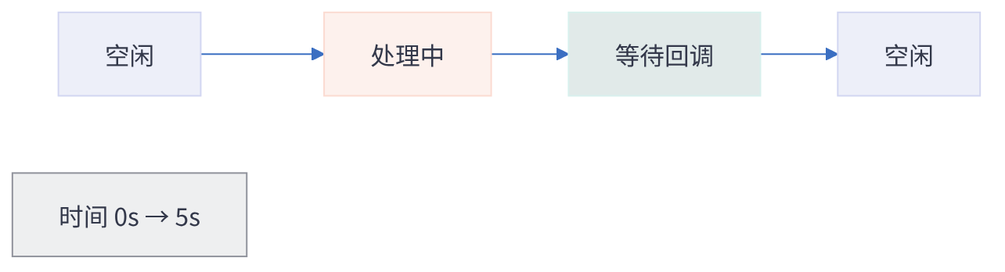
Before: docs/assets/timing.png, a diagram exported from Mermaid (huang-hee/diagram-kit). Its source is kept beside it as docs/assets/timing.mmd.
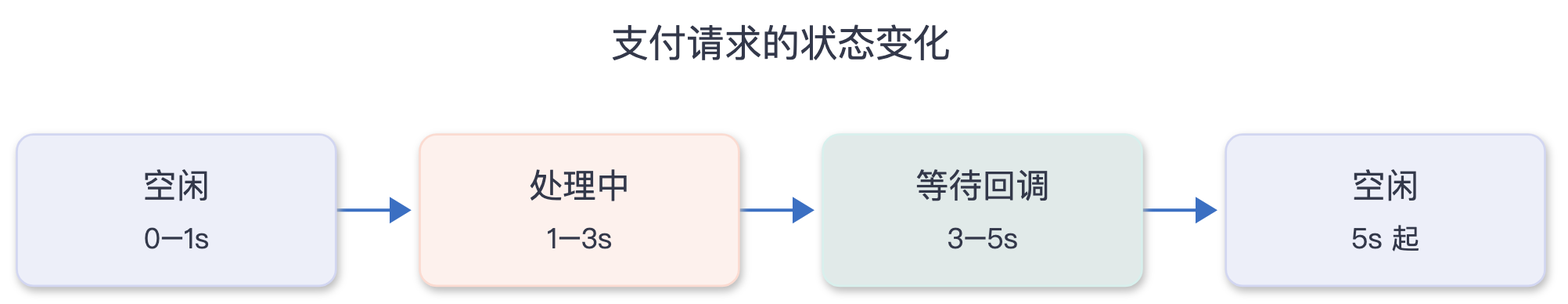
The same diagram one commit later.

What changed in the source:
```diff
@@ -1,7 +1,14 @@
 ---
+title: "支付请求的状态变化"
 config:
   theme: base
   fontFamily: "PingFang SC, Microsoft YaHei, Noto Sans CJK SC, Source Han Sans SC, sans-serif"
+  flowchart:
+    curve: "step"
+    nodeSpacing: 50
+    rankSpacing: 60
+    padding: 12
+    wrappingWidth: 300
   themeVariables:
     background: "#FFFFFF"
     primaryColor: "#FFFFFF"
@@ -21,10 +28,10 @@
     noteTextColor: "#33384A"
 ---
 flowchart LR
-  A[空闲]:::s1 --> B[处理中]:::s2 --> C[等待回调]:::s3 --> D[空闲]:::s1
-  T[时间 0s → 5s]:::axis
-classDef lifeline fill:#EBF1F9,stroke:#3B6FC2,color:#33384A
-classDef s1 fill:#EDEFF9,stroke:#D2D6F1,color:#33384A
-classDef s2 fill:#FDF1ED,stroke:#FBDBD1,color:#33384A
-classDef s3 fill:#E1EAE9,stroke:#D8F0ED,color:#33384A
-classDef axis fill:#EEEFF0,stroke:#8F929B,color:#33384A
+  A["空闲<br><small>0–1s</small>"]:::s1 --> B["处理中<br><small>1–3s</small>"]:::s2 --> C["等待回调<br><small>3–5s</small>"]:::s3 --> D["空闲<br><small>5s 起</small>"]:::s1
+classDef lifeline fill:#EBF1F9,stroke:#3B6FC2,color:#33384A,rx:8,ry:8
+classDef s1 fill:#EDEFF9,stroke:#D2D6F1,color:#33384A,rx:8,ry:8
+classDef s2 fill:#FDF1ED,stroke:#FBDBD1,color:#33384A,rx:8,ry:8
+classDef s3 fill:#E1EAE9,stroke:#D8F0ED,color:#33384A,rx:8,ry:8
+classDef axis fill:#EEEFF0,stroke:#8F929B,color:#33384A,rx:8,ry:8
+linkStyle default stroke-width:1.5px
```
